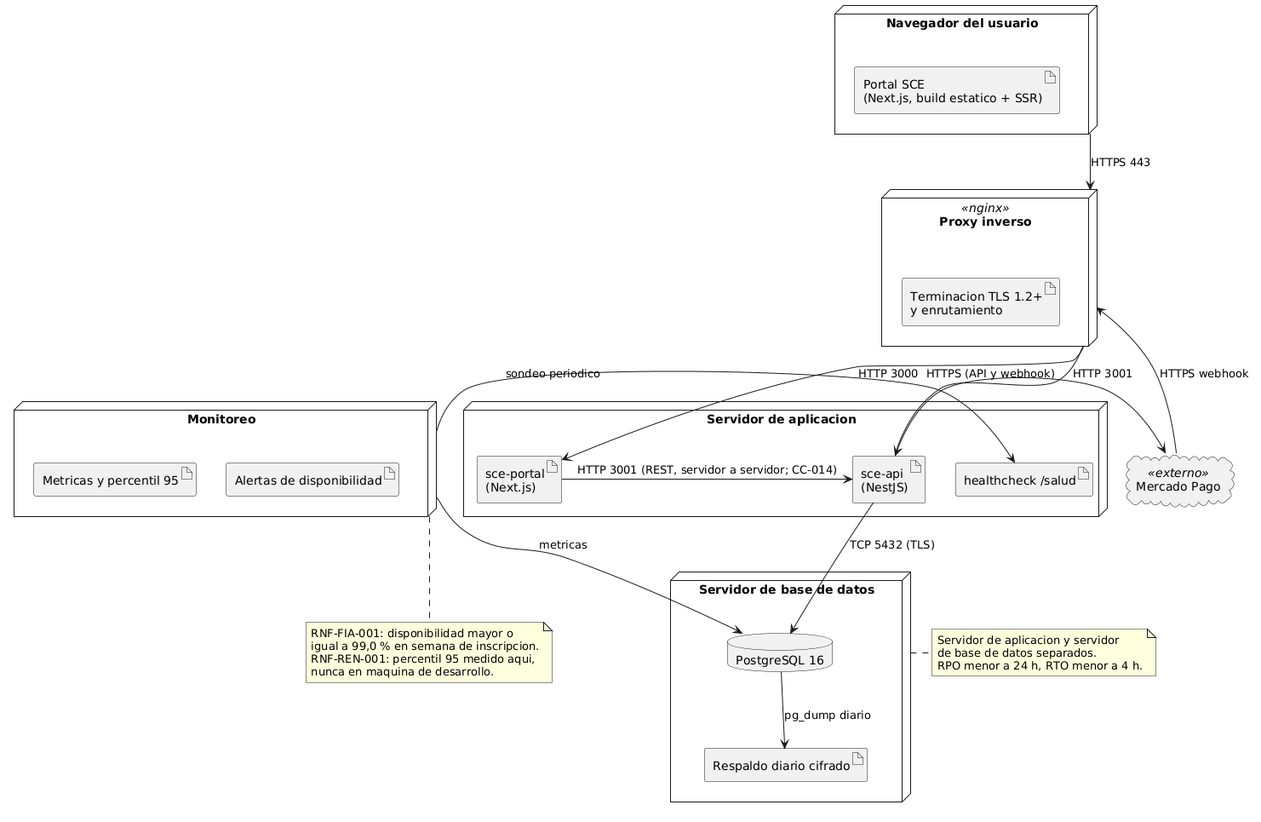
Earlier version of the PlantUML export docs/arquitectura/render/fig09-despliegue.png (fjmp-dev/sce-control-escolar). Source of this version:
```plantuml
@startuml fig09-despliegue
skinparam shadowing false

node "Navegador del usuario" as CLIENTE {
  artifact "Portal SCE\n(Next.js, build estatico + SSR)" as APP
}

node "Proxy inverso" as PROXY <<nginx>> {
  artifact "Terminacion TLS 1.2+\ny enrutamiento" as TLS
}

node "Servidor de aplicacion" as APPSRV {
  artifact "sce-portal\n(Next.js)" as NEXT
  artifact "sce-api\n(NestJS)" as NEST
  artifact "healthcheck /salud" as HC
}

node "Servidor de base de datos" as DBSRV {
  database "PostgreSQL 16" as PG
  artifact "Respaldo diario cifrado" as BKP
}

node "Monitoreo" as MON {
  artifact "Metricas y percentil 95" as MET
  artifact "Alertas de disponibilidad" as ALR
}

cloud "Mercado Pago" as MP <<externo>>

CLIENTE -down-> PROXY : HTTPS 443
PROXY -down-> NEXT : HTTP 3000
PROXY -down-> NEST : HTTP 3001
NEXT -right-> NEST : HTTP 3001 (REST, servidor a servidor; CC-014)
NEST -down-> PG : TCP 5432 (TLS)
NEST -right-> MP : HTTPS (API y webhook)
MP -left-> PROXY : HTTPS webhook
PG -down-> BKP : pg_dump diario
MON -left-> HC : sondeo periodico
MON -down-> PG : metricas

note right of DBSRV
  Servidor de aplicacion y servidor
  de base de datos separados.
  RPO menor a 24 h, RTO menor a 4 h.
end note

note bottom of MON
  RNF-FIA-001: disponibilidad mayor o
  igual a 99,0 % en semana de inscripcion.
  RNF-REN-001: percentil 95 medido aqui,
  nunca en maquina de desarrollo.
end note

@enduml
```
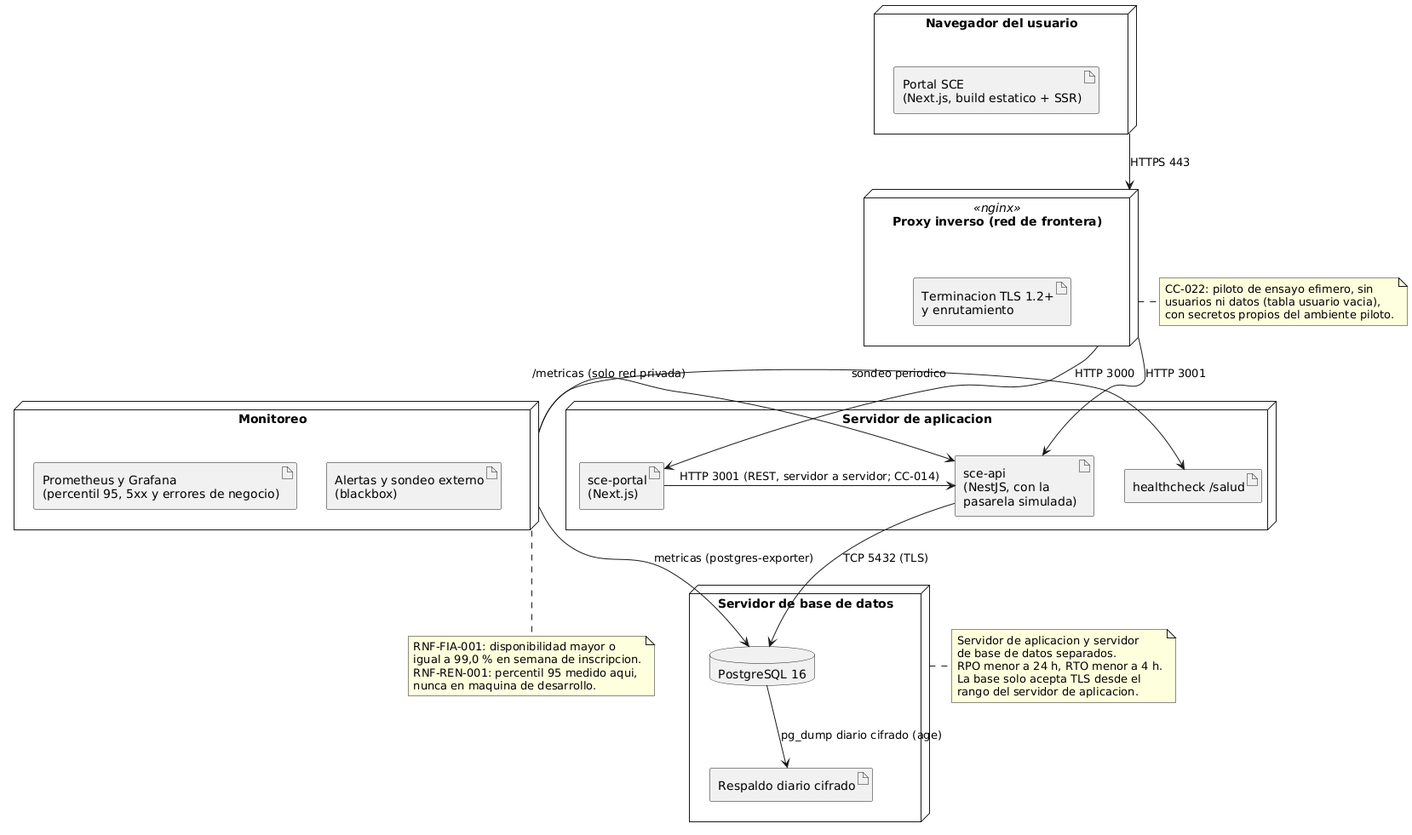
After the change.

What changed in the source:
```diff
@@ -5,13 +5,13 @@
   artifact "Portal SCE\n(Next.js, build estatico + SSR)" as APP
 }
 
-node "Proxy inverso" as PROXY <<nginx>> {
+node "Proxy inverso (red de frontera)" as PROXY <<nginx>> {
   artifact "Terminacion TLS 1.2+\ny enrutamiento" as TLS
 }
 
 node "Servidor de aplicacion" as APPSRV {
   artifact "sce-portal\n(Next.js)" as NEXT
-  artifact "sce-api\n(NestJS)" as NEST
+  artifact "sce-api\n(NestJS, con la\npasarela simulada)" as NEST
   artifact "healthcheck /salud" as HC
 }
 
@@ -21,27 +21,32 @@
 }
 
 node "Monitoreo" as MON {
-  artifact "Metricas y percentil 95" as MET
-  artifact "Alertas de disponibilidad" as ALR
+  artifact "Prometheus y Grafana\n(percentil 95, 5xx y errores de negocio)" as MET
+  artifact "Alertas y sondeo externo\n(blackbox)" as ALR
 }
-
-cloud "Mercado Pago" as MP <<externo>>
 
 CLIENTE -down-> PROXY : HTTPS 443
 PROXY -down-> NEXT : HTTP 3000
 PROXY -down-> NEST : HTTP 3001
 NEXT -right-> NEST : HTTP 3001 (REST, servidor a servidor; CC-014)
 NEST -down-> PG : TCP 5432 (TLS)
-NEST -right-> MP : HTTPS (API y webhook)
-MP -left-> PROXY : HTTPS webhook
-PG -down-> BKP : pg_dump diario
+PG -down-> BKP : pg_dump diario cifrado (age)
 MON -left-> HC : sondeo periodico
-MON -down-> PG : metricas
+MON -left-> NEST : /metricas (solo red privada)
+MON -down-> PG : metricas (postgres-exporter)
 
 note right of DBSRV
   Servidor de aplicacion y servidor
   de base de datos separados.
   RPO menor a 24 h, RTO menor a 4 h.
+  La base solo acepta TLS desde el
+  rango del servidor de aplicacion.
+end note
+
+note right of PROXY
+  CC-022: piloto de ensayo efimero, sin
+  usuarios ni datos (tabla usuario vacia),
+  con secretos propios del ambiente piloto.
 end note
 
 note bottom of MON
```
